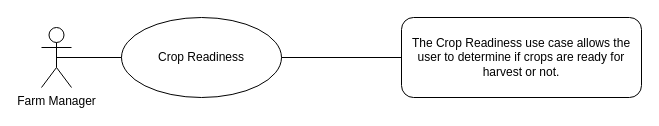
Earlier version of the draw.io diagram docs/requirements_docs/use_case_diagrams/xml_files/01_drone_schedule.drawio (Brandyn1234/dashboard-project). Source tidied: cells renumbered, new cells numbered last; positions are measured from the earlier drawing's top-left corner, leaving out a move shared by most shapes. Both pictures are drawn from the tidied source at 100%, with x=0, y=0 at pixel (41, 17).
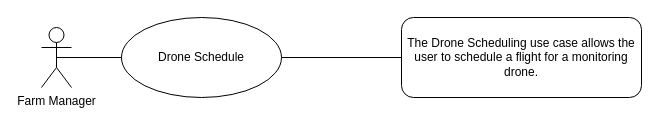
The same page after the edit.

Diff of the diagram source:
```diff
@@
 <mxGraphModel>
   <root>
     <mxCell id="0" />
     <mxCell id="1" parent="0" />
-    <mxCell id="2" value="The Crop Readiness use case allows the user to determine if crops are ready for harvest or not." style="rounded=1;whiteSpace=wrap;html=1;roundedPerimeter=1;align=center;" parent="1" vertex="1">
+    <mxCell id="2" value="The Drone Scheduling use case allows the user to schedule a flight for a monitoring drone." style="rounded=1;whiteSpace=wrap;html=1;roundedPerimeter=1;align=center;" parent="1" vertex="1">
       <mxGeometry x="360" width="240" height="80" as="geometry" />
     </mxCell>
-    <mxCell id="3" value="Crop Readiness" style="ellipse;whiteSpace=wrap;html=1;shapeInside=1;align=center;" parent="1" vertex="1">
+    <mxCell id="3" value="Drone Schedule" style="ellipse;whiteSpace=wrap;html=1;shapeInside=1;align=center;" parent="1" vertex="1">
       <mxGeometry x="80" width="160" height="80" as="geometry" />
     </mxCell>
     <mxCell id="4" value="Farm Manager" style="shape=umlActor;verticalLabelPosition=bottom;verticalAlign=top;html=1;outlineConnect=0;" parent="1" vertex="1">
       <mxGeometry y="10" width="30" height="60" as="geometry" />
     </mxCell>
     <mxCell id="5" style="endArrow=none;html=1;rounded=0;entryX=0;entryY=0.5;entryDx=0;entryDy=0;exitX=0.5;exitY=0.5;exitDx=0;exitDy=0;exitPerimeter=0;" parent="1" edge="1" source="4" target="3">
       <mxGeometry relative="1" as="geometry" />
     </mxCell>
     <mxCell id="6" style="endArrow=none;html=1;rounded=0;exitX=1;exitY=0.5;exitDx=0;exitDy=0;entryX=0;entryY=0.5;entryDx=0;entryDy=0;" parent="1" edge="1" source="3" target="2">
       <mxGeometry relative="1" as="geometry" />
     </mxCell>
   </root>
 </mxGraphModel>
```
